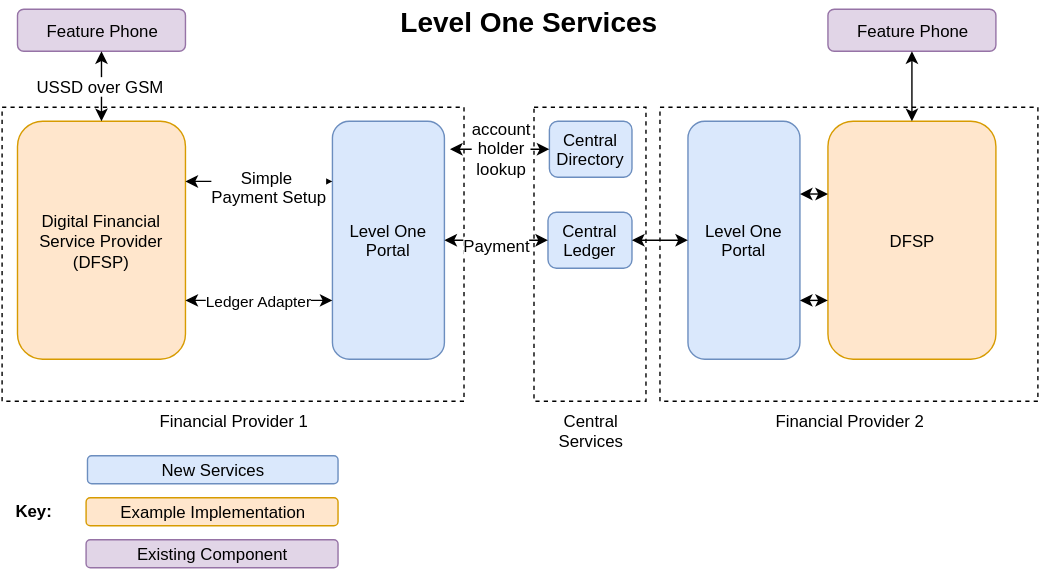
Earlier version of the draw.io export Wiki/Basic Overview.svg (maduhu/Documentation). Source tidied: cells renumbered, new cells last; positions are measured from the earlier drawing's top-left corner, leaving out a move shared by most shapes.
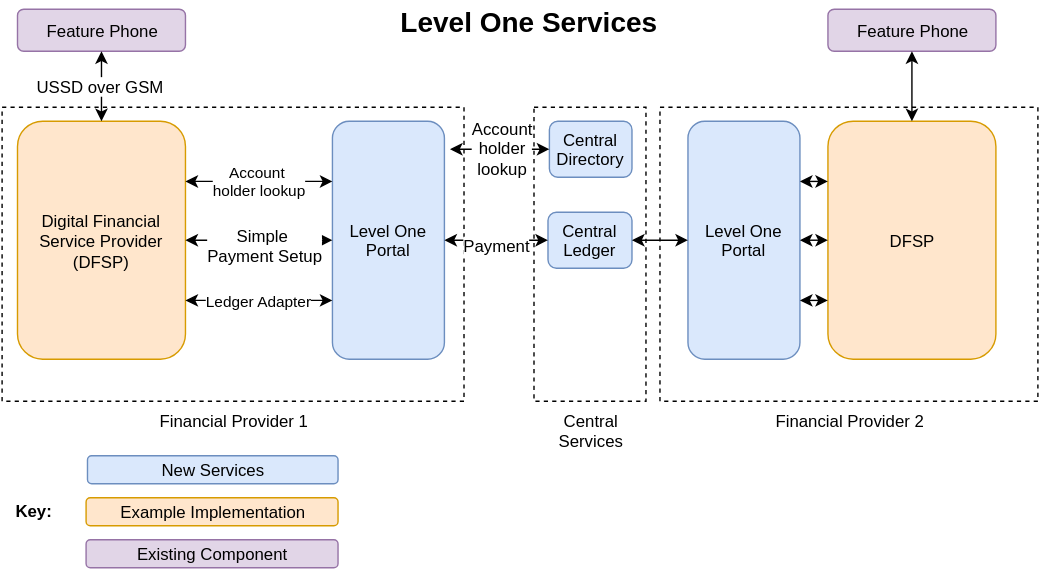
After the commit.

Commit message:
Add directory lookup call

Diff of the diagram source:
```diff
@@ -32,11 +32,13 @@
     <mxCell id="11" value="DFSP" style="rounded=1;whiteSpace=wrap;html=1;strokeWidth=1;fillColor=#ffe6cc;align=center;strokeColor=#d79b00;" parent="1" vertex="1">
       <mxGeometry x="590" y="85" width="120" height="170" as="geometry" />
     </mxCell>
-    <mxCell id="12" style="endArrow=classic;html=1;strokeColor=#000000;strokeWidth=1;entryX=0;entryY=0.25;exitX=1;exitY=0.25;startArrow=classic;startFill=1;" parent="1" edge="1" source="4" target="8">
+    <mxCell id="12" style="endArrow=classic;html=1;strokeColor=#000000;strokeWidth=1;entryX=0;entryY=0.5;exitX=1;exitY=0.5;startArrow=classic;startFill=1;" parent="1" edge="1" source="4" target="8">
       <mxGeometry relative="1" as="geometry" />
     </mxCell>
     <mxCell id="13" value="Simple&amp;nbsp;&lt;div&gt;Payment Setup&lt;/div&gt;" style="text;html=1;align=center;verticalAlign=middle;labelBackgroundColor=#ffffff;" parent="12" vertex="1">
-      <mxGeometry x="0.14" y="-3" relative="1" as="geometry" />
+      <mxGeometry x="0.14" y="-3" relative="1" as="geometry">
+        <mxPoint x="-3" as="offset" />
+      </mxGeometry>
     </mxCell>
     <mxCell id="14" style="endArrow=classic;html=1;strokeColor=#000000;strokeWidth=1;exitX=1;exitY=0.5;startArrow=classic;startFill=1;entryX=0;entryY=0.5;" parent="1" edge="1" source="8" target="9">
       <mxGeometry x="250" y="240" as="geometry" />
@@ -55,10 +57,8 @@
         <mxPoint x="490" y="213" as="targetPoint" />
       </mxGeometry>
     </mxCell>
-    <mxCell id="18" style="endArrow=classic;html=1;strokeColor=#000000;strokeWidth=1;entryX=0;entryY=0.306;entryPerimeter=0;startArrow=classic;startFill=1;" parent="1" edge="1" target="11">
-      <mxGeometry x="270" y="252" as="geometry">
-        <mxPoint x="570" y="137" as="sourcePoint" />
-      </mxGeometry>
+    <mxCell id="18" style="endArrow=classic;html=1;strokeColor=#000000;strokeWidth=1;entryX=0;entryY=0.25;startArrow=classic;startFill=1;exitX=1;exitY=0.25;" parent="1" edge="1" source="10" target="11">
+      <mxGeometry x="270" y="252" as="geometry" />
     </mxCell>
     <mxCell id="19" value="Feature Phone" style="rounded=1;whiteSpace=wrap;html=1;strokeWidth=1;fillColor=#e1d5e7;align=center;strokeColor=#9673a6;" parent="1" vertex="1">
       <mxGeometry x="590" y="5" width="120" height="30" as="geometry" />
@@ -76,7 +76,7 @@
         <mxPoint x="320" y="105" as="sourcePoint" />
       </mxGeometry>
     </mxCell>
-    <mxCell id="23" value="account&lt;div&gt;&amp;nbsp;holder&amp;nbsp;&lt;/div&gt;&lt;div&gt;lookup&lt;/div&gt;" style="text;html=1;align=center;verticalAlign=middle;labelBackgroundColor=#ffffff;" parent="22" vertex="1">
+    <mxCell id="23" value="Account&lt;div&gt;&amp;nbsp;holder&amp;nbsp;&lt;/div&gt;&lt;div&gt;lookup&lt;/div&gt;" style="text;html=1;align=center;verticalAlign=middle;labelBackgroundColor=#ffffff;" parent="22" vertex="1">
       <mxGeometry relative="1" as="geometry">
         <mxPoint x="1" y="-2" as="offset" />
       </mxGeometry>
@@ -108,5 +108,11 @@
     <mxCell id="32" style="edgeStyle=none;rounded=0;html=1;exitX=0.5;exitY=1;startArrow=classic;startFill=1;endArrow=none;endFill=0;jettySize=auto;orthogonalLoop=1;strokeColor=#000000;strokeWidth=1;" parent="1" edge="1" source="31" target="31">
       <mxGeometry relative="1" as="geometry" />
     </mxCell>
+    <mxCell id="33" style="endArrow=classic;html=1;strokeColor=#000000;strokeWidth=1;entryX=0;entryY=0.5;startArrow=classic;startFill=1;exitX=1;exitY=0.5;" parent="1" edge="1" source="10" target="11">
+      <mxGeometry x="280" y="262" as="geometry" />
+    </mxCell>
+    <mxCell id="34" value="Account&amp;nbsp;&lt;div&gt;holder lookup&lt;/div&gt;" style="endArrow=classic;html=1;strokeColor=#000000;strokeWidth=1;entryX=0;entryY=0.25;exitX=1;exitY=0.25;startArrow=classic;startFill=1;" parent="1" edge="1" source="4" target="8">
+      <mxGeometry x="260" y="250" as="geometry" />
+    </mxCell>
   </root>
 </mxGraphModel>
```
